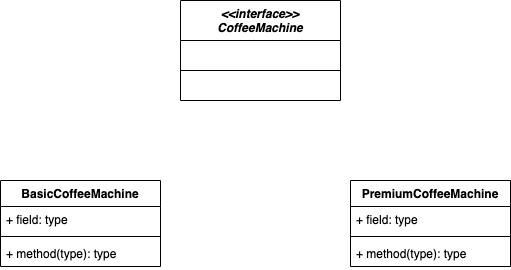
Before: SOLID/L/LSP Class Diagram.png, a diagram exported from draw.io (smitbmx/Architecture-Diagrams). Source tidied: cells renumbered, new cells last; positions are measured from the earlier drawing's top-left corner, leaving out a move shared by most shapes.
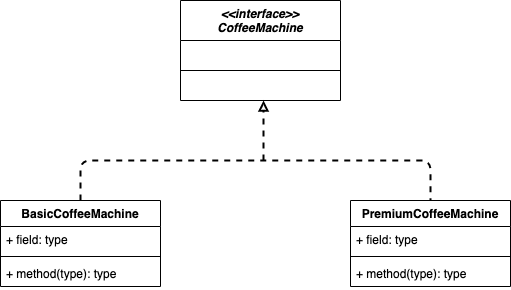
After the commit.

Change to the diagram source:
```diff
@@ -3,7 +3,7 @@
     <mxCell id="0" />
     <mxCell id="1" parent="0" />
     <mxCell id="2" value="&lt;&lt;interface&gt;&gt;&#10;CoffeeMachine" style="swimlane;fontStyle=3;align=center;verticalAlign=top;horizontal=1;startSize=40;" parent="1" vertex="1">
-      <mxGeometry x="180" width="160" height="100" as="geometry" />
+      <mxGeometry x="180" y="-20" width="160" height="100" as="geometry" />
     </mxCell>
     <mxCell id="3" value=" " style="text;strokeColor=none;fillColor=none;align=left;verticalAlign=top;spacingLeft=4;spacingRight=4;overflow=hidden;" parent="2" vertex="1">
       <mxGeometry y="40" width="160" height="26" as="geometry" />
@@ -38,5 +38,18 @@
     <mxCell id="13" value="+ method(type): type" style="text;strokeColor=none;fillColor=none;align=left;verticalAlign=top;spacingLeft=4;spacingRight=4;overflow=hidden;" parent="10" vertex="1">
       <mxGeometry y="60" width="160" height="26" as="geometry" />
     </mxCell>
+    <mxCell id="14" style="endArrow=none;dashed=1;html=1;strokeWidth=2;exitX=0.5;exitY=0;exitDx=0;exitDy=0;entryX=0.5;entryY=0;entryDx=0;entryDy=0;" parent="1" edge="1" source="6" target="10">
+      <mxGeometry relative="1" as="geometry">
+        <Array as="points">
+          <mxPoint x="80" y="140" />
+          <mxPoint x="430" y="140" />
+        </Array>
+      </mxGeometry>
+    </mxCell>
+    <mxCell id="15" style="endArrow=block;dashed=1;html=1;strokeWidth=2;entryX=0.519;entryY=1;entryDx=0;entryDy=0;entryPerimeter=0;endFill=0;" parent="1" edge="1" target="5">
+      <mxGeometry relative="1" as="geometry">
+        <mxPoint x="263" y="140" as="sourcePoint" />
+      </mxGeometry>
+    </mxCell>
   </root>
 </mxGraphModel>
```
